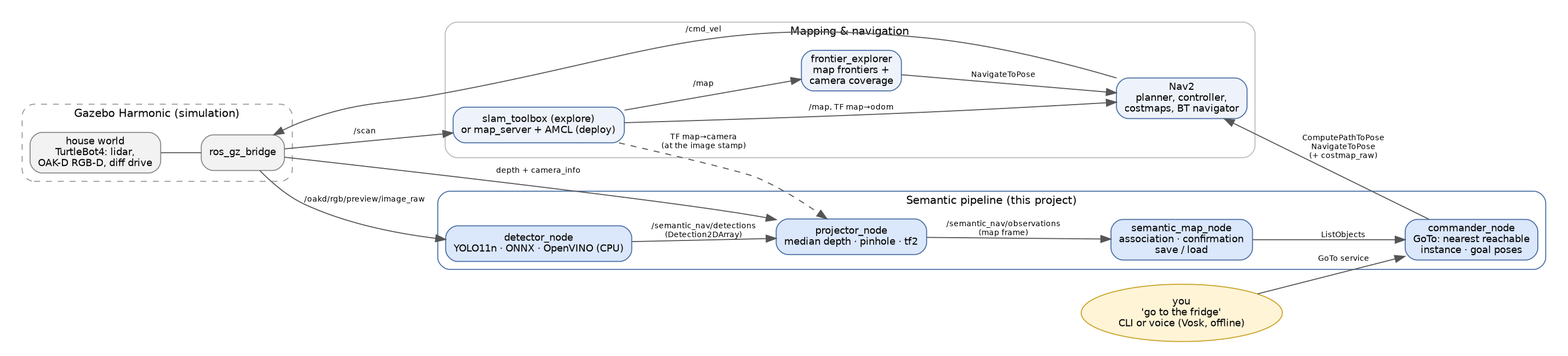
Before: docs/architecture.png, a diagram exported from Graphviz (MHVVD/Semantic-object-finding-robot). Its source is kept beside it as docs/architecture.dot. Its diagram source:
```dot
digraph semantic_nav {
  graph [rankdir=LR, fontname="Helvetica", fontsize=11, nodesep=0.35, ranksep=0.55,
         bgcolor="white", pad=0.2];
  node  [shape=box, style="rounded,filled", fontname="Helvetica", fontsize=10,
         fillcolor="#eef3fb", color="#4a6fa5"];
  edge  [fontname="Helvetica", fontsize=8, color="#555555"];

  subgraph cluster_sim {
    label="Gazebo Harmonic (simulation)"; style="rounded,dashed"; color="#999999";
    gz     [label="house world\nTurtleBot4: lidar,\nOAK-D RGB-D, diff drive", fillcolor="#f2f2f2", color="#888888"];
    bridge [label="ros_gz_bridge", fillcolor="#f2f2f2", color="#888888"];
    gz -> bridge [arrowhead=none];
  }

  subgraph cluster_nav {
    label="Mapping & navigation"; style="rounded"; color="#bbbbbb";
    slam  [label="slam_toolbox (explore)\nor map_server + AMCL (deploy)"];
    nav2  [label="Nav2\nplanner, controller,\ncostmaps, BT navigator"];
    expl  [label="frontier_explorer\nmap frontiers +\ncamera coverage"];
  }

  subgraph cluster_sem {
    label="Semantic pipeline (this project)"; style="rounded"; color="#4a6fa5";
    det   [label="detector_node\nYOLO11n · ONNX · OpenVINO (CPU)", fillcolor="#dbe7fb"];
    proj  [label="projector_node\nmedian depth · pinhole · tf2", fillcolor="#dbe7fb"];
    smap  [label="semantic_map_node\nassociation · confirmation\nsave / load", fillcolor="#dbe7fb"];
    cmd   [label="commander_node\nGoTo: nearest reachable\ninstance · goal poses", fillcolor="#dbe7fb"];
  }

  user  [label="you\n'go to the fridge'\nCLI or voice (Vosk, offline)", shape=oval, fillcolor="#fff4d6", color="#c9a227"];

  bridge -> slam  [label="/scan"];
  bridge -> det   [label="/oakd/rgb/preview/image_raw"];
  bridge -> proj  [label="depth + camera_info"];
  slam   -> nav2  [label="/map, TF map→odom"];
  slam   -> expl  [label="/map"];
  expl   -> nav2  [label="NavigateToPose"];
  nav2   -> bridge [label="/cmd_vel"];
  det    -> proj  [label="/semantic_nav/detections\n(Detection2DArray)"];
  proj   -> smap  [label="/semantic_nav/observations\n(map frame)"];
  slam   -> proj  [label="TF map→camera\n(at the image stamp)", style=dashed];
  smap   -> cmd   [label="ListObjects"];
  user   -> cmd   [label="GoTo service"];
  cmd    -> nav2  [label="ComputePathToPose\nNavigateToPose\n(+ costmap_raw)"];
}
```
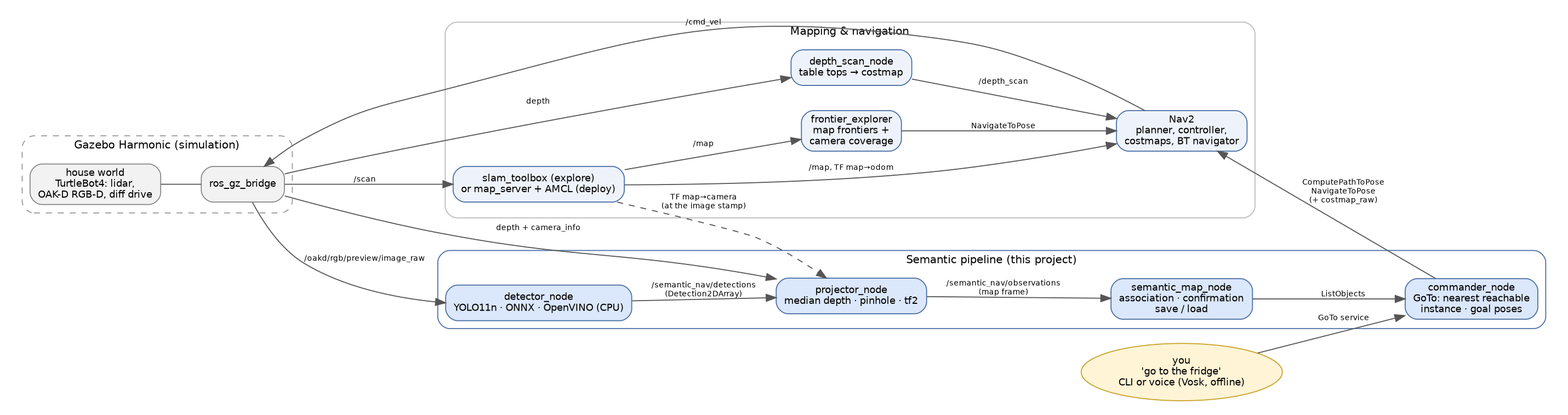
The same file after the commit.

Commit message:
README: depth layer, final test count, architecture diagram update

What changed in the source:
```diff
@@ -17,6 +17,7 @@
     slam  [label="slam_toolbox (explore)\nor map_server + AMCL (deploy)"];
     nav2  [label="Nav2\nplanner, controller,\ncostmaps, BT navigator"];
     expl  [label="frontier_explorer\nmap frontiers +\ncamera coverage"];
+    dscan [label="depth_scan_node\ntable tops → costmap"];
   }
 
   subgraph cluster_sem {
@@ -32,6 +33,8 @@
   bridge -> slam  [label="/scan"];
   bridge -> det   [label="/oakd/rgb/preview/image_raw"];
   bridge -> proj  [label="depth + camera_info"];
+  bridge -> dscan [label="depth"];
+  dscan  -> nav2  [label="/depth_scan"];
   slam   -> nav2  [label="/map, TF map→odom"];
   slam   -> expl  [label="/map"];
   expl   -> nav2  [label="NavigateToPose"];
```
